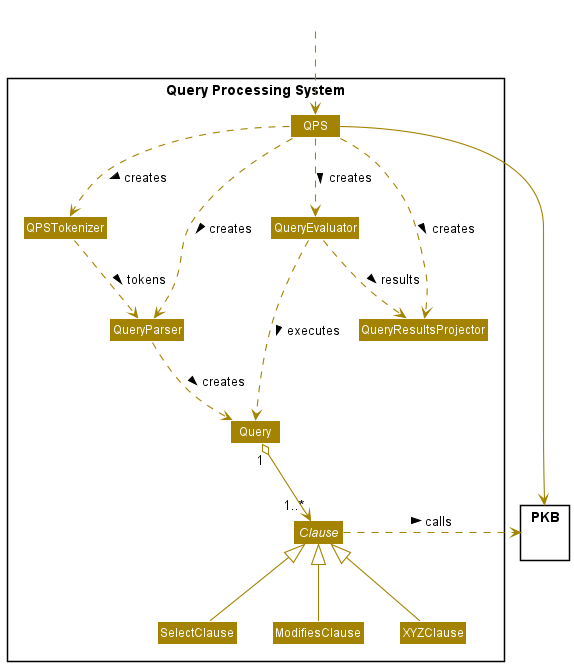
This is Team05/Code05/docs/QPSClassDiagram.png from lowkangn/22s1-cp-spa-team-05, a PlantUML export, as it was before one commit.
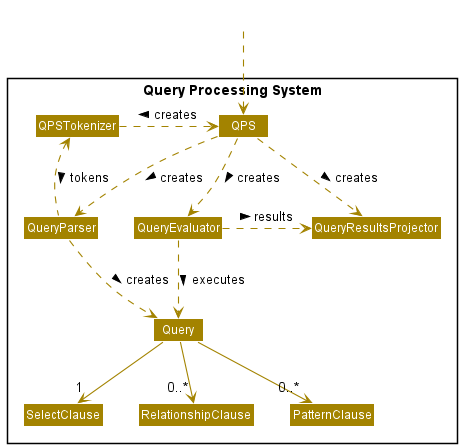
The same diagram one commit later.

Commit message:
Update Architecture diagram, export pngs

The edit, as a diff of the source:
```diff
@@ -13,32 +13,23 @@
 Class QueryResultsProjector
 Class Query
 Class SelectClause
-Class ModifiesClause
-Class XYZClause
-abstract Class Clause
-}
-
-Package PKB {
+Class RelationshipClause
+Class PatternClause
 }
 
 Class HiddenOutside #FFFFFF
 HiddenOutside ..> QPS
-QPS --> PKB
 
-SelectClause -up-|> Clause
-ModifiesClause -up-|> Clause
-XYZClause -up-|> Clause
+QPS <.left. QPSTokenizer : creates >
+QPS ..> QueryParser : creates >
+QPSTokenizer <.down. QueryParser: tokens >
+QueryParser ..> Query: creates >
+QueryEvaluator .down.> Query: executes >
+Query -down-> "1" SelectClause
+Query -down-> "0..*" RelationshipClause
+Query -down-> "0..*" PatternClause
+QPS .right.> QueryResultsProjector: creates >
+QueryEvaluator .right.> QueryResultsProjector: results >
+QPS .down.> QueryEvaluator: creates >
 
-QPS ..> QPSTokenizer : creates >
-QPS ..> QueryParser : creates >
-QPSTokenizer .down.> QueryParser: tokens >
-QueryParser .down.> Query: creates >
-QueryEvaluator ..> Query: executes >
-Query "1" o-down-> "1..*" Clause
-QPS ..> QueryResultsProjector: creates >
-QueryEvaluator ..> QueryResultsProjector: results >
-
-Clause .right.> PKB: calls >
-
-QPS ..> QueryEvaluator: creates >
 @enduml
```
